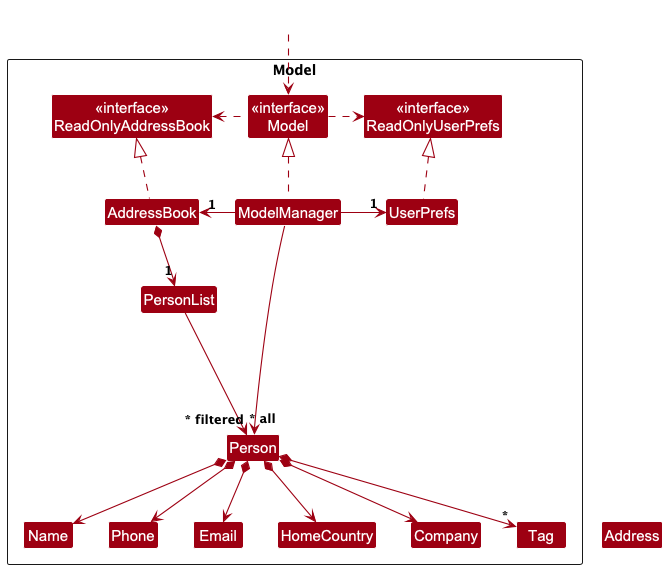
Earlier version of the PlantUML export docs/images/ModelClassDiagram.png (AY2526S1-CS2103T-T15-4/tp).
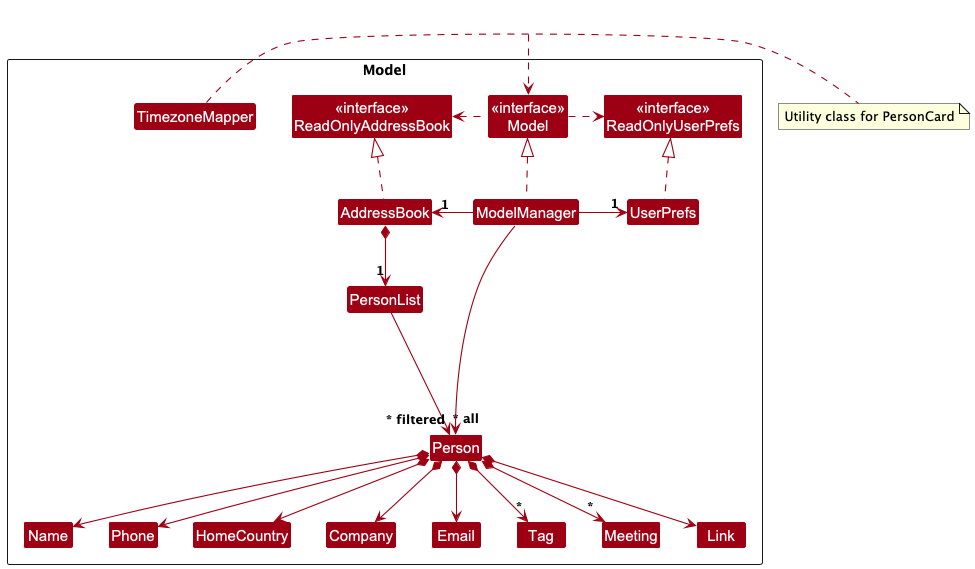
The same file after the commit.

Commit message:
docs: Update model diagram to match .puml file

An updated diagram improves consistency between visual documentation
and the actual model definition, reducing confusion for contributors.

Let's regenerate the model diagram from the latest puml file to ensure
that all recent structural changes are accurately represented.

What changed in the source:
```diff
@@ -11,6 +11,7 @@
 Class AddressBook
 Class ModelManager
 Class UserPrefs
+Class TimezoneMapper
 
 Class PersonList
 Class Person
@@ -20,9 +21,15 @@
 Class Name
 Class Phone
 Class Tag
+Class Meeting
+Class Link
 
 Class I #FFFFFF
 }
+
+note right of TimezoneMapper
+    Utility class for PersonCard
+end note
 
 Class HiddenOutside #FFFFFF
 HiddenOutside ..> Model
@@ -43,14 +50,14 @@
 Person *--> Email
 Person *--> HomeCountry
 Person *--> Company
+Person *--> Link
 Person *--> "*" Tag
+Person *--> "*" Meeting
 
 Person -[hidden]up--> I
 PersonList -[hidden]right-> I
 
 Name -[hidden]right-> Phone
-Phone -[hidden]right-> Address
-Address -[hidden]right-> Email
 
 ModelManager --> "~* filtered" Person
 @enduml
```
